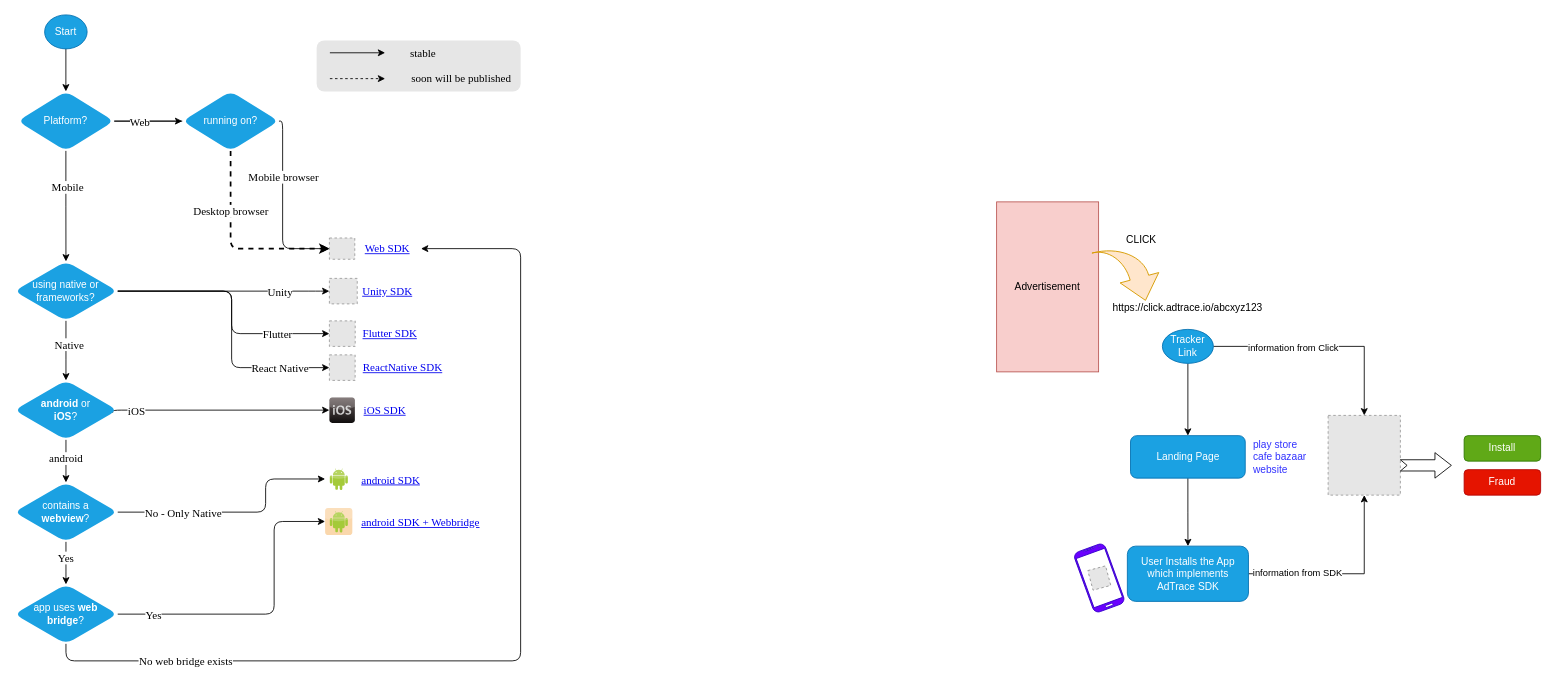
adtrace/AdTrace-Home keeps this draw.io diagram as files/sdk-selection-diagram.drawio. Above is the earlier version. Source tidied: cells renumbered, new cells numbered last; positions are measured from the earlier drawing's top-left corner, leaving out a move shared by most shapes. Both pictures are drawn from the tidied source at 85%, with x=0, y=0 at pixel (14, 14). Pictures stored in the file or linked from it are replaced by grey dashed boxes.
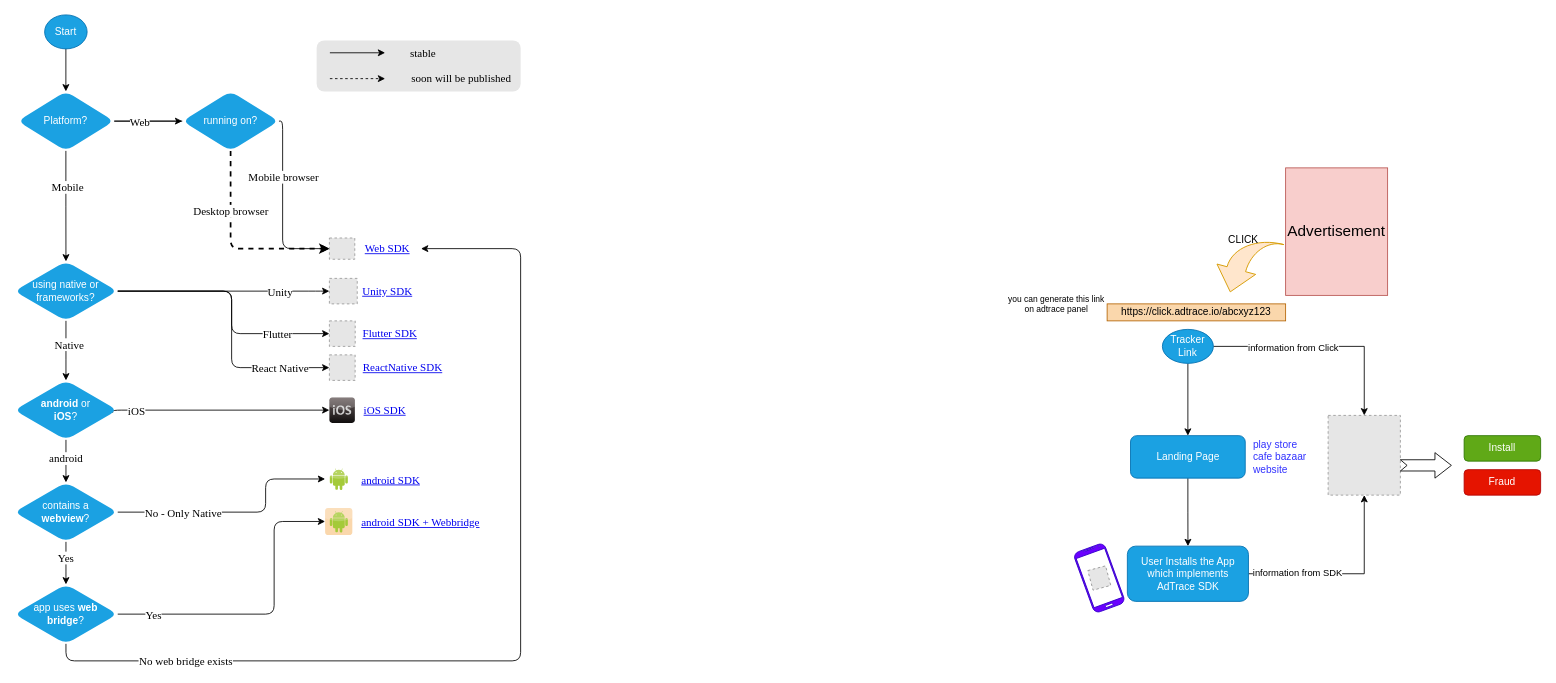
Above is the later version.

The edit, as a diff of the source:
```diff
@@
-    <mxCell id="69" value="Advertisement" style="rounded=0;whiteSpace=wrap;html=1;fillColor=#f8cecc;strokeColor=#b85450;" parent="1" vertex="1">
-      <mxGeometry x="1156" y="220" width="120" height="200" as="geometry" />
+    <mxCell id="69" value="&lt;font style=&quot;font-size: 18px;&quot;&gt;Advertisement&lt;/font&gt;" style="rounded=0;whiteSpace=wrap;html=1;fillColor=#f8cecc;strokeColor=#b85450;" parent="1" vertex="1">
+      <mxGeometry x="1496" y="180" width="120" height="150" as="geometry" />
     </mxCell>
-    <mxCell id="70" value="https://click.adtrace.io/abcxyz123" style="text;html=1;strokeColor=none;fillColor=none;align=center;verticalAlign=middle;whiteSpace=wrap;rounded=0;" parent="1" vertex="1">
-      <mxGeometry x="1276" y="330" width="210" height="30" as="geometry" />
+    <mxCell id="70" value="https://click.adtrace.io/abcxyz123" style="text;html=1;fillColor=#fad7ac;align=center;verticalAlign=middle;whiteSpace=wrap;rounded=0;strokeColor=#b46504;" parent="1" vertex="1">
+      <mxGeometry x="1286" y="340" width="210" height="20" as="geometry" />
     </mxCell>
-    <mxCell id="71" style="html=1;shadow=0;dashed=0;align=center;verticalAlign=middle;shape=mxgraph.arrows2.jumpInArrow;dy=11.27;dx=27.54;arrowHead=47.07;rotation=75;fillColor=#ffe6cc;strokeColor=#d79b00;" parent="1" vertex="1">
-      <mxGeometry x="1276" y="270" width="70" height="70" as="geometry" />
+    <mxCell id="71" style="html=1;shadow=0;dashed=0;align=center;verticalAlign=middle;shape=mxgraph.arrows2.jumpInArrow;dy=11.27;dx=27.54;arrowHead=47.07;rotation=-75;fillColor=#ffe6cc;strokeColor=#d79b00;flipH=1;" parent="1" vertex="1">
+      <mxGeometry x="1416" y="260" width="70" height="70" as="geometry" />
     </mxCell>
     <mxCell id="72" value="CLICK" style="text;html=1;align=center;verticalAlign=middle;strokeColor=none;fillColor=none;" parent="1" vertex="1">
-      <mxGeometry x="1296" y="250" width="60" height="30" as="geometry" />
+      <mxGeometry x="1416" y="250" width="60" height="30" as="geometry" />
     </mxCell>
@@
+    <mxCell id="85" value="&lt;div style=&quot;font-size: 10px;&quot;&gt;you can generate this link&lt;/div&gt;&lt;div style=&quot;font-size: 10px;&quot;&gt;on adtrace panel&lt;br style=&quot;font-size: 10px;&quot;&gt;&lt;/div&gt;" style="text;html=1;align=center;verticalAlign=middle;strokeColor=none;fillColor=none;fontSize=10;fontColor=#000000;" parent="1" vertex="1">
+      <mxGeometry x="1156" y="320" width="140" height="40" as="geometry" />
+    </mxCell>
```
